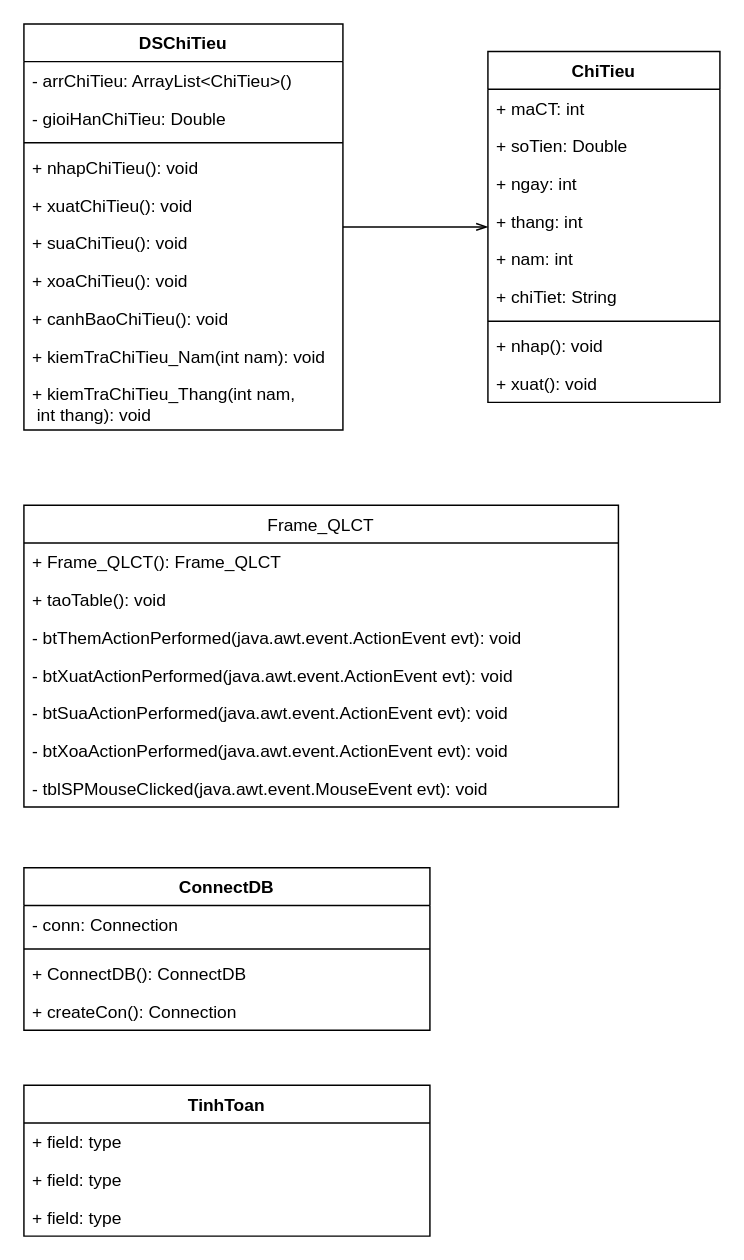
AkallHuynh/IS216.L21.HTCL-Java keeps this draw.io diagram as Diagrams/ClassDiagrams.drawio. Above is the earlier version. Source tidied: cells renumbered, new cells numbered last; positions are measured from the earlier drawing's top-left corner, leaving out a move shared by most shapes. Both pictures are drawn from the tidied source at 145%, with x=0, y=0 at pixel (23, 23).
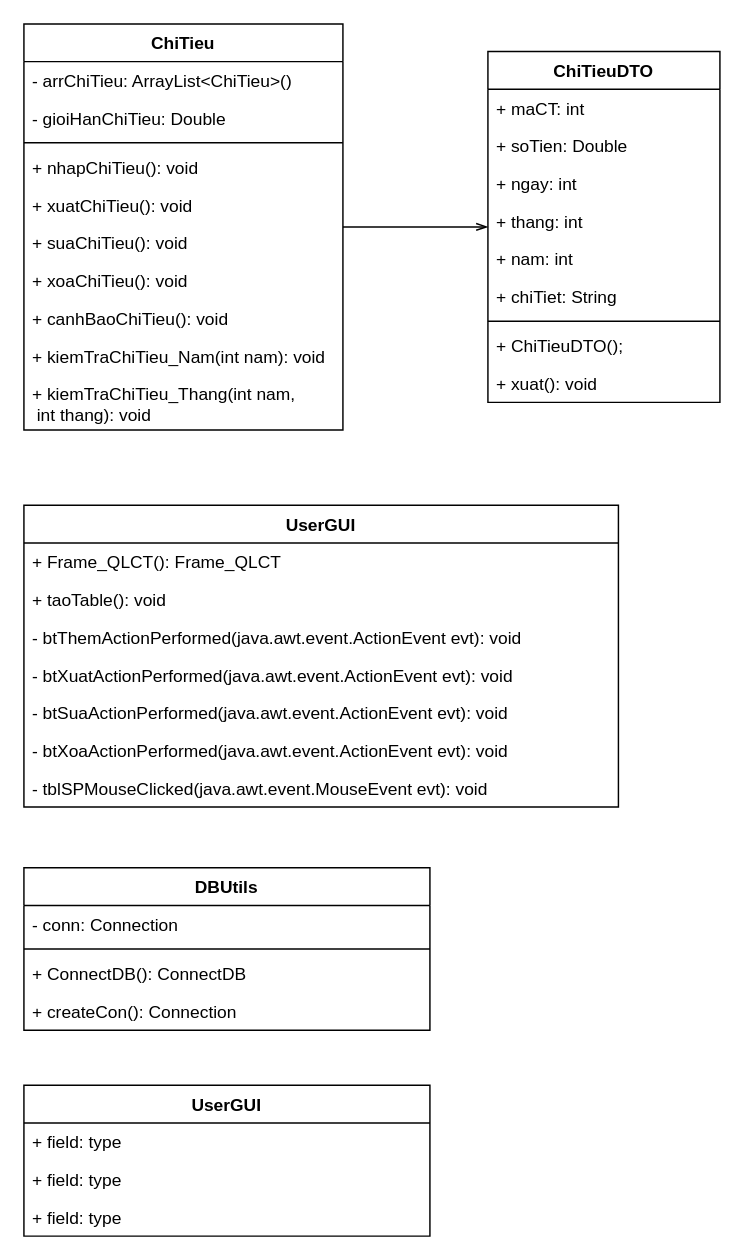
Above is the later version.

The edit, as a diff of the source:
```diff
@@
-    <mxCell id="2" value="ChiTieu" style="swimlane;fontStyle=1;align=center;verticalAlign=top;horizontal=1;startSize=26;" parent="1" vertex="1">
+    <mxCell id="2" value="ChiTieuDTO" style="swimlane;fontStyle=1;align=center;verticalAlign=top;horizontal=1;startSize=26;" parent="1" vertex="1">
       <mxGeometry x="320" y="19" width="160" height="242" as="geometry" />
     </mxCell>
@@
-    <mxCell id="10" value="+ nhap(): void" style="text;strokeColor=none;fillColor=none;align=left;verticalAlign=top;spacingLeft=4;spacingRight=4;overflow=hidden;" parent="2" vertex="1">
+    <mxCell id="10" value="+ ChiTieuDTO();" style="text;strokeColor=none;fillColor=none;align=left;verticalAlign=top;spacingLeft=4;spacingRight=4;overflow=hidden;" parent="2" vertex="1">
       <mxGeometry y="190" width="160" height="26" as="geometry" />
     </mxCell>
@@
-    <mxCell id="12" value="DSChiTieu" style="swimlane;fontStyle=1;align=center;verticalAlign=top;horizontal=1;startSize=26;" parent="1" vertex="1">
+    <mxCell id="12" value="ChiTieu" style="swimlane;fontStyle=1;align=center;verticalAlign=top;horizontal=1;startSize=26;" parent="1" vertex="1">
       <mxGeometry width="220" height="280" as="geometry" />
     </mxCell>
@@
-    <mxCell id="24" value="ConnectDB" style="swimlane;fontStyle=1;align=center;verticalAlign=top;horizontal=1;startSize=26;" parent="1" vertex="1">
+    <mxCell id="24" value="DBUtils" style="swimlane;fontStyle=1;align=center;verticalAlign=top;horizontal=1;startSize=26;" parent="1" vertex="1">
       <mxGeometry y="582" width="280" height="112" as="geometry" />
     </mxCell>
@@
-    <mxCell id="29" value="Frame_QLCT" style="swimlane;fontStyle=0;horizontal=1;startSize=26;fillColor=none;" parent="1" vertex="1">
+    <mxCell id="29" value="UserGUI" style="swimlane;fontStyle=1;horizontal=1;startSize=26;fillColor=none;" parent="1" vertex="1">
       <mxGeometry y="332" width="410" height="208" as="geometry" />
     </mxCell>
@@
-    <mxCell id="37" value="TinhToan" style="swimlane;fontStyle=1;horizontal=1;startSize=26;fillColor=none;" parent="1" vertex="1">
+    <mxCell id="37" value="UserGUI" style="swimlane;fontStyle=1;horizontal=1;startSize=26;fillColor=none;" parent="1" vertex="1">
       <mxGeometry y="732" width="280" height="104" as="geometry" />
     </mxCell>
```
